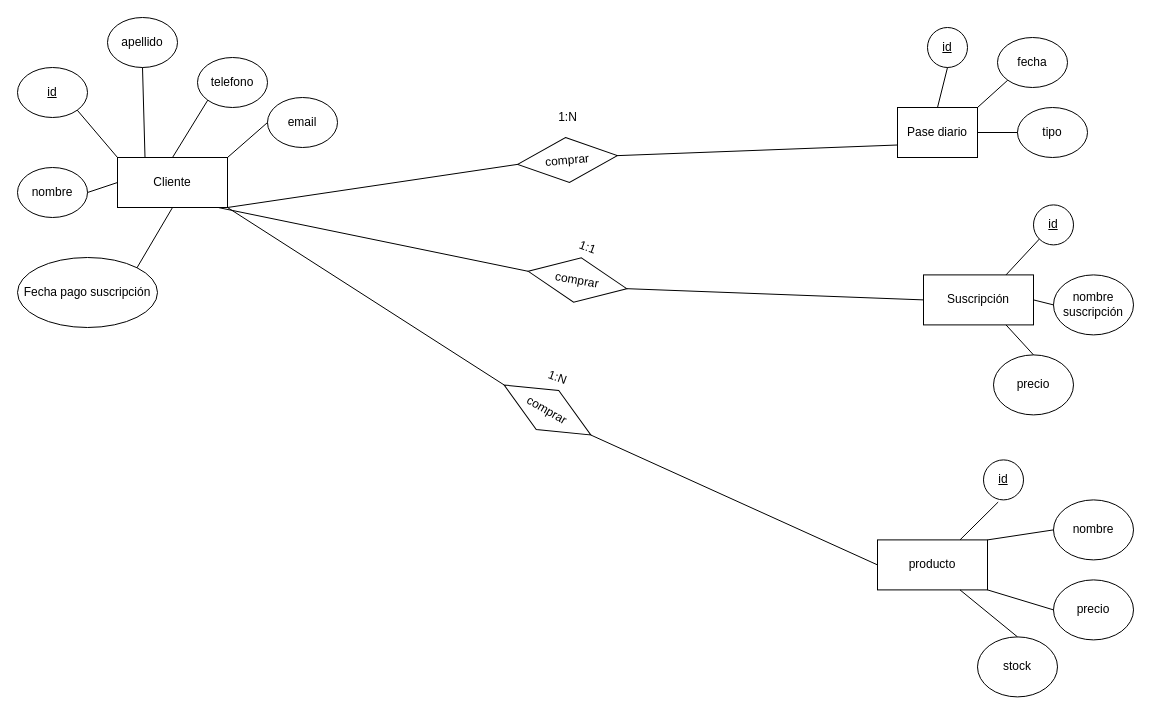
This is diagrama ER/Diagrama Entidad-Relación.drawio from Joaoguzman/ejercicio_bbdd, a draw.io file, before an edit. Source tidied: cells renumbered, new cells numbered last; positions are measured from the earlier drawing's top-left corner, leaving out a move shared by most shapes. Both pictures are drawn from the tidied source at 100%, with x=0, y=0 at pixel (17, 17).
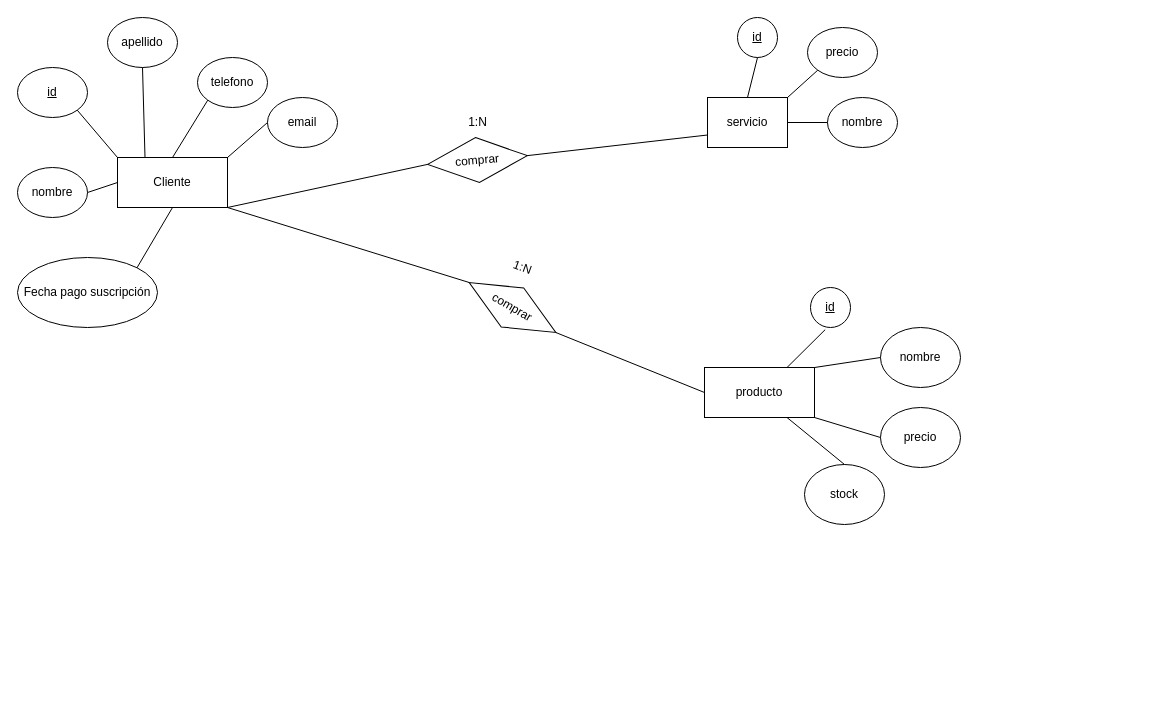
Above is the later version.

Unchanged cells that the change refers to:
```xml
<mxCell id="2" value="Cliente" style="rounded=0;whiteSpace=wrap;html=1;" parent="1" vertex="1">
  <mxGeometry x="100" y="140" width="110" height="50" as="geometry" />
</mxCell>
```

The edit, as a diff of the source:
```diff
@@
-    <mxCell id="3" value="Pase diario" style="rounded=0;whiteSpace=wrap;html=1;" parent="1" vertex="1">
-      <mxGeometry x="880" y="90" width="80" height="50" as="geometry" />
+    <mxCell id="3" value="servicio" style="rounded=0;whiteSpace=wrap;html=1;" parent="1" vertex="1">
+      <mxGeometry x="690" y="80" width="80" height="50" as="geometry" />
     </mxCell>
-    <mxCell id="4" value="Suscripción" style="rounded=0;whiteSpace=wrap;html=1;" parent="1" vertex="1">
-      <mxGeometry x="906" y="257.4" width="110" height="50" as="geometry" />
-    </mxCell>
     <mxCell id="5" value="producto" style="rounded=0;whiteSpace=wrap;html=1;" parent="1" vertex="1">
-      <mxGeometry x="860" y="522.4" width="110" height="50" as="geometry" />
+      <mxGeometry x="687" y="350" width="110" height="50" as="geometry" />
     </mxCell>
@@
     <mxCell id="18" value="&lt;u&gt;id&lt;/u&gt;" style="ellipse;whiteSpace=wrap;html=1;" parent="1" vertex="1">
-      <mxGeometry x="910" y="10" width="40" height="40" as="geometry" />
+      <mxGeometry x="720" width="40" height="40" as="geometry" />
     </mxCell>
-    <mxCell id="19" value="fecha" style="ellipse;whiteSpace=wrap;html=1;" parent="1" vertex="1">
-      <mxGeometry x="980" y="20" width="70" height="50" as="geometry" />
+    <mxCell id="19" value="precio" style="ellipse;whiteSpace=wrap;html=1;" parent="1" vertex="1">
+      <mxGeometry x="790" y="10" width="70" height="50" as="geometry" />
     </mxCell>
-    <mxCell id="20" value="tipo" style="ellipse;whiteSpace=wrap;html=1;" parent="1" vertex="1">
-      <mxGeometry x="1000" y="90" width="70" height="50" as="geometry" />
+    <mxCell id="20" value="nombre" style="ellipse;whiteSpace=wrap;html=1;" parent="1" vertex="1">
+      <mxGeometry x="810" y="80" width="70" height="50" as="geometry" />
     </mxCell>
@@
-    <mxCell id="24" value="&lt;u&gt;id&lt;/u&gt;" style="ellipse;whiteSpace=wrap;html=1;" parent="1" vertex="1">
-      <mxGeometry x="1016" y="187.4" width="40" height="40" as="geometry" />
-    </mxCell>
-    <mxCell id="25" value="nombre suscripción" style="ellipse;whiteSpace=wrap;html=1;" parent="1" vertex="1">
-      <mxGeometry x="1036" y="257.4" width="80" height="60" as="geometry" />
-    </mxCell>
-    <mxCell id="26" value="precio" style="ellipse;whiteSpace=wrap;html=1;" parent="1" vertex="1">
-      <mxGeometry x="976" y="337.4" width="80" height="60" as="geometry" />
-    </mxCell>
-    <mxCell id="27" style="endArrow=none;html=1;exitX=1;exitY=0.5;exitDx=0;exitDy=0;entryX=0;entryY=0.5;entryDx=0;entryDy=0;" parent="1" edge="1" source="4" target="25">
-      <mxGeometry relative="1" as="geometry" />
-    </mxCell>
-    <mxCell id="28" style="endArrow=none;html=1;exitX=0.75;exitY=1;exitDx=0;exitDy=0;entryX=0.5;entryY=0;entryDx=0;entryDy=0;" parent="1" edge="1" source="4" target="26">
-      <mxGeometry relative="1" as="geometry" />
-    </mxCell>
-    <mxCell id="29" style="endArrow=none;html=1;exitX=0.75;exitY=0;exitDx=0;exitDy=0;entryX=0;entryY=1;entryDx=0;entryDy=0;" parent="1" edge="1" source="4" target="24">
-      <mxGeometry relative="1" as="geometry" />
-    </mxCell>
     <mxCell id="30" value="nombre" style="ellipse;whiteSpace=wrap;html=1;" parent="1" vertex="1">
-      <mxGeometry x="1036" y="482.4" width="80" height="60" as="geometry" />
+      <mxGeometry x="863" y="310" width="80" height="60" as="geometry" />
     </mxCell>
@@
     <mxCell id="32" value="&lt;u&gt;id&lt;/u&gt;" style="ellipse;whiteSpace=wrap;html=1;" parent="1" vertex="1">
-      <mxGeometry x="966" y="442.4" width="40" height="40" as="geometry" />
+      <mxGeometry x="793" y="270" width="40" height="40" as="geometry" />
     </mxCell>
@@
     <mxCell id="34" value="precio" style="ellipse;whiteSpace=wrap;html=1;" parent="1" vertex="1">
-      <mxGeometry x="1036" y="562.4" width="80" height="60" as="geometry" />
+      <mxGeometry x="863" y="390" width="80" height="60" as="geometry" />
     </mxCell>
@@
     <mxCell id="36" value="comprar" style="rhombus;whiteSpace=wrap;html=1;rotation=-5;" parent="1" vertex="1">
-      <mxGeometry x="500" y="120" width="100" height="45" as="geometry" />
+      <mxGeometry x="410" y="120" width="100" height="45" as="geometry" />
     </mxCell>
@@
     <mxCell id="39" value="1:N" style="text;html=1;align=center;verticalAlign=middle;rotation=0;" parent="1" vertex="1">
-      <mxGeometry x="535" y="90" width="30" height="20" as="geometry" />
+      <mxGeometry x="445" y="95" width="30" height="20" as="geometry" />
     </mxCell>
-    <mxCell id="40" value="comprar" style="rhombus;whiteSpace=wrap;html=1;rotation=10;" parent="1" vertex="1">
-      <mxGeometry x="510" y="240" width="100" height="45" as="geometry" />
-    </mxCell>
-    <mxCell id="41" style="endArrow=none;html=1;entryX=0.921;entryY=1.003;entryDx=0;entryDy=0;exitX=0;exitY=0.5;exitDx=0;exitDy=0;entryPerimeter=0;" parent="1" edge="1" source="40" target="2">
-      <mxGeometry relative="1" as="geometry" />
-    </mxCell>
-    <mxCell id="42" style="endArrow=none;html=1;entryX=1;entryY=0.5;entryDx=0;entryDy=0;exitX=0;exitY=0.5;exitDx=0;exitDy=0;" parent="1" edge="1" source="4" target="40">
-      <mxGeometry relative="1" as="geometry" />
-    </mxCell>
-    <mxCell id="43" value="1:1" style="text;html=1;align=center;verticalAlign=middle;rotation=20;" parent="1" vertex="1">
-      <mxGeometry x="555" y="220" width="30" height="20" as="geometry" />
-    </mxCell>
     <mxCell id="44" value="stock" style="ellipse;whiteSpace=wrap;html=1;" parent="1" vertex="1">
-      <mxGeometry x="960" y="619.4" width="80" height="60" as="geometry" />
+      <mxGeometry x="787" y="447" width="80" height="60" as="geometry" />
     </mxCell>
@@
     <mxCell id="46" value="comprar" style="rhombus;whiteSpace=wrap;html=1;rotation=30;" parent="1" vertex="1">
-      <mxGeometry x="480" y="370" width="100" height="45" as="geometry" />
+      <mxGeometry x="445" y="267.5" width="100" height="45" as="geometry" />
     </mxCell>
@@
     <mxCell id="49" value="1:N" style="text;html=1;align=center;verticalAlign=middle;rotation=20;" parent="1" vertex="1">
-      <mxGeometry x="525" y="350" width="30" height="20" as="geometry" />
+      <mxGeometry x="490" y="240" width="30" height="20" as="geometry" />
     </mxCell>
```
